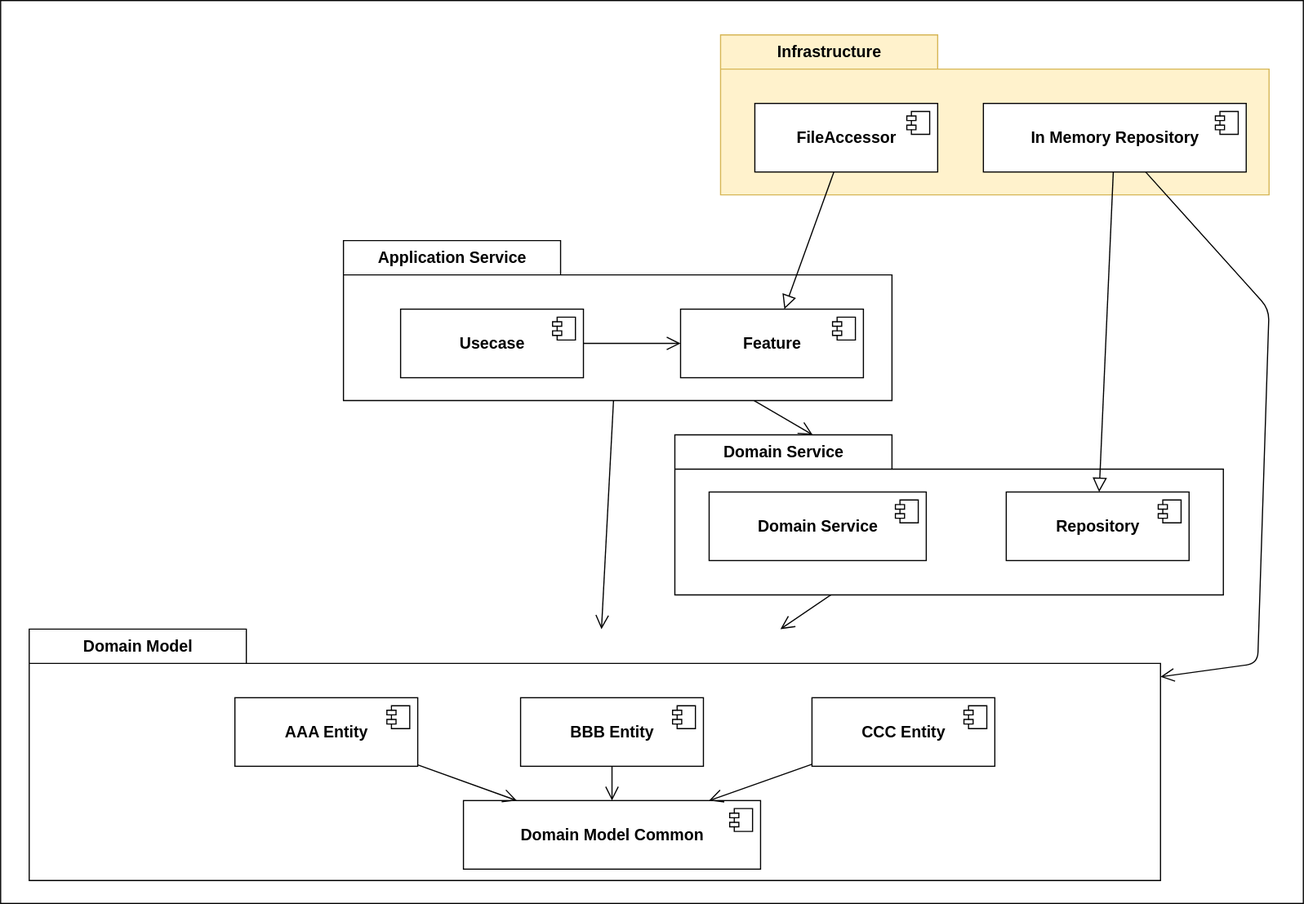
Earlier version of the draw.io export Documents/Design/Infrastructure層コンポーネント.svg (bosssanovar/WindowsApp_Template_202404). Source tidied: cells renumbered, new cells last; positions are measured from the earlier drawing's top-left corner, leaving out a move shared by most shapes.
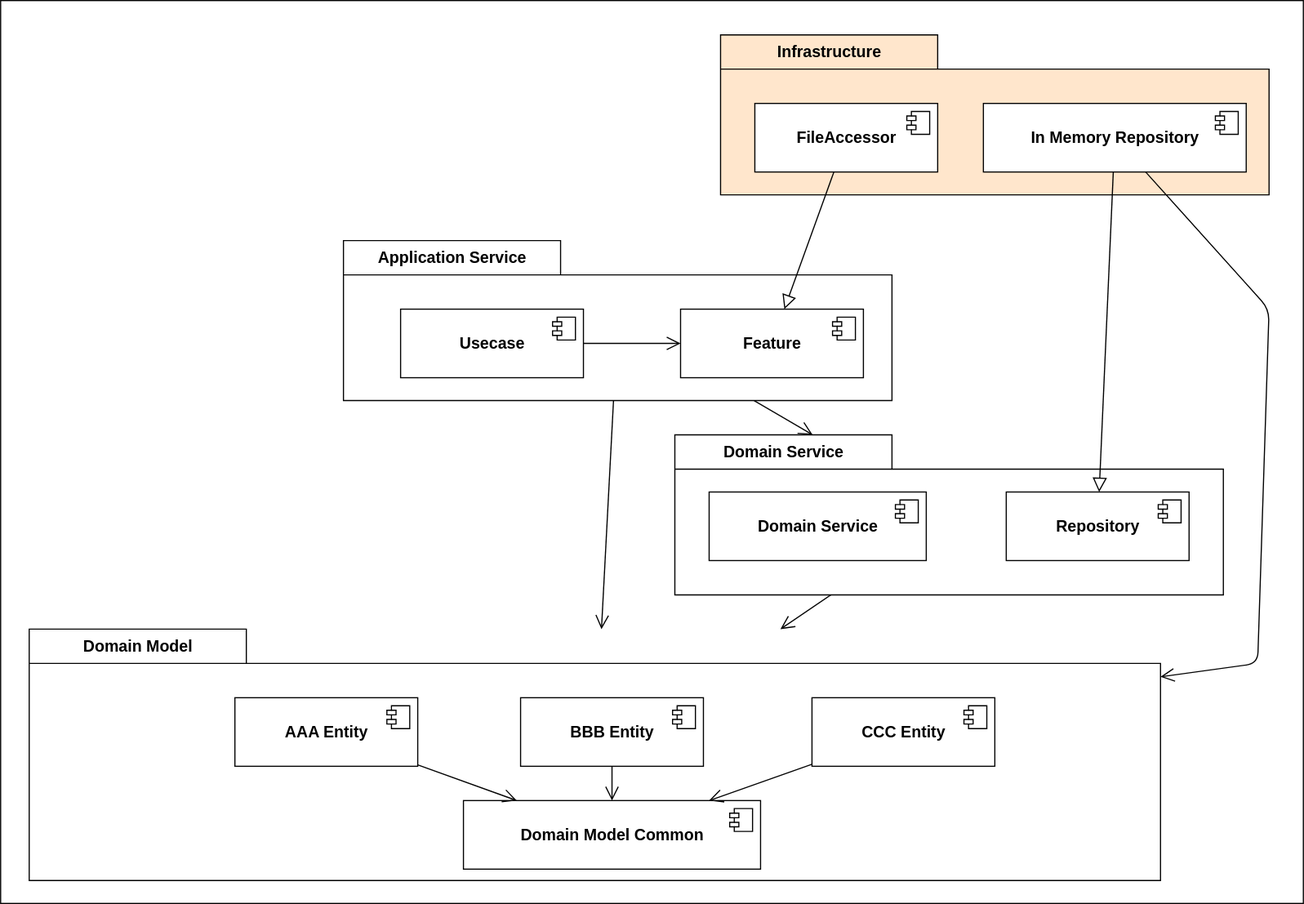
After the commit.

Diff of the diagram source:
```diff
@@ -108,7 +108,7 @@
     <mxCell id="29" style="edgeStyle=none;html=1;strokeWidth=1;fontSize=12;fontColor=#000000;endArrow=open;endFill=0;startSize=6;endSize=10;" parent="23" edge="1" source="27" target="25">
       <mxGeometry relative="1" as="geometry" />
     </mxCell>
-    <mxCell id="30" value="Infrastructure" style="shape=folder;fontStyle=1;tabWidth=190;tabHeight=30;tabPosition=left;html=1;boundedLbl=1;labelInHeader=1;strokeColor=#d6b656;strokeWidth=1;fontSize=14;fillColor=#fff2cc;" parent="1" vertex="1">
+    <mxCell id="30" value="Infrastructure" style="shape=folder;fontStyle=1;tabWidth=190;tabHeight=30;tabPosition=left;html=1;boundedLbl=1;labelInHeader=1;strokeWidth=1;fontSize=14;fillColor=#FFE6CC;" parent="1" vertex="1">
       <mxGeometry x="630" y="30" width="480" height="140" as="geometry" />
     </mxCell>
     <mxCell id="31" style="html=1;strokeColor=none;fillColor=none;strokeWidth=1;fontSize=14;fontColor=#000000;" parent="30" vertex="1">
```
